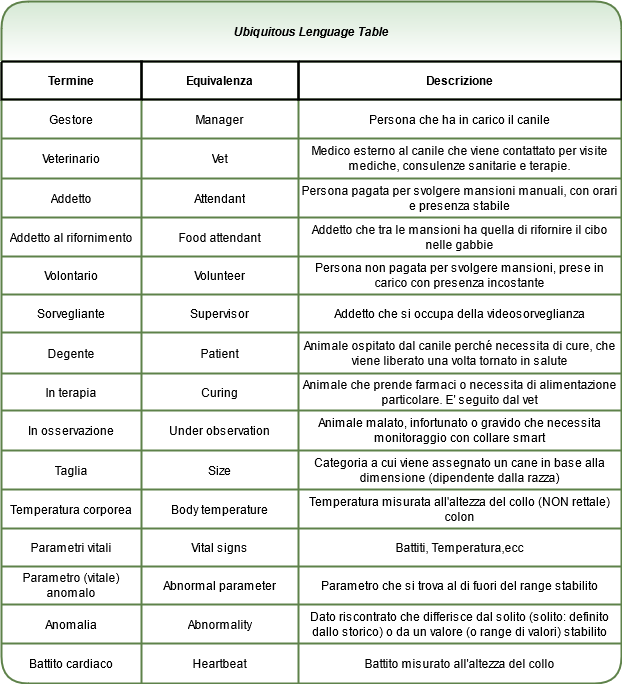
SmartDogHouse/Report keeps this draw.io diagram as DrawIo/ubiquitousLanguage.png. Above is the earlier version. Source tidied: cells renumbered, new cells last; positions are measured from the earlier drawing's top-left corner, leaving out a move shared by most shapes.
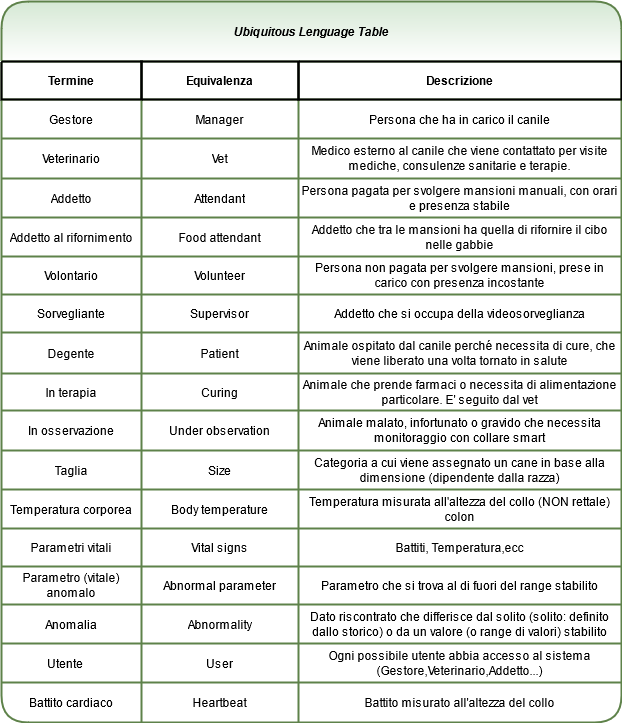
The same file after the commit.

Commit message:
Update ubiquitousLanguage added User

What changed in the source:
```diff
@@ -3,7 +3,7 @@
     <mxCell id="0" />
     <mxCell id="1" parent="0" />
     <mxCell id="2" value="&lt;b&gt;&lt;i&gt;Ubiquitous Lenguage Table&lt;/i&gt;&lt;/b&gt;" style="shape=table;html=1;whiteSpace=wrap;startSize=60;fillColor=#d5e8d4;resizeLastRow=1;noLabel=0;fixDash=0;backgroundOutline=0;movableLabel=0;comic=0;jiggle=1;shadow=0;sketch=0;rounded=1;gradientColor=#ffffff;strokeColor=#5E824A;strokeWidth=2;" parent="1" vertex="1">
-      <mxGeometry width="620" height="682" as="geometry" />
+      <mxGeometry width="620" height="721" as="geometry" />
     </mxCell>
     <mxCell id="3" style="shape=partialRectangle;html=1;whiteSpace=wrap;fillColor=none;top=0;left=0;bottom=0;right=0;backgroundOutline=0;fixDash=0;noLabel=0;comic=0;jiggle=1;shadow=0;sketch=0;strokeColor=#82B366;movableLabel=0;" parent="2" vertex="1">
       <mxGeometry y="60" width="620" height="38" as="geometry" />
@@ -185,8 +185,20 @@
     <mxCell id="62" value="Dato riscontrato che differisce dal solito (solito: definito dallo storico) o da un valore (o range di valori) stabilito" style="shape=partialRectangle;html=1;whiteSpace=wrap;overflow=hidden;fillColor=none;top=0;left=0;bottom=0;right=0;backgroundOutline=0;fixDash=0;noLabel=0;comic=0;jiggle=1;shadow=0;sketch=0;strokeColor=#82B366;movableLabel=0;" parent="59" vertex="1">
       <mxGeometry x="297" width="323" height="39" as="geometry" />
     </mxCell>
+    <mxCell id="67" style="shape=partialRectangle;html=1;whiteSpace=wrap;fillColor=none;top=0;left=0;bottom=0;right=0;backgroundOutline=0;fixDash=0;noLabel=0;comic=0;jiggle=1;shadow=0;sketch=0;strokeColor=#82B366;movableLabel=0;" parent="2" vertex="1">
+      <mxGeometry y="642" width="620" height="39" as="geometry" />
+    </mxCell>
+    <mxCell id="68" value="Utente&lt;span style=&quot;white-space: pre&quot;&gt;&#9;&lt;/span&gt;" style="shape=partialRectangle;html=1;whiteSpace=wrap;overflow=hidden;fillColor=none;top=0;left=0;bottom=0;right=0;backgroundOutline=0;fixDash=0;noLabel=0;comic=0;jiggle=1;shadow=0;sketch=0;strokeColor=#82B366;movableLabel=0;" parent="67" vertex="1">
+      <mxGeometry width="140" height="39" as="geometry" />
+    </mxCell>
+    <mxCell id="69" value="User" style="shape=partialRectangle;html=1;whiteSpace=wrap;overflow=hidden;fillColor=none;top=0;left=0;bottom=0;right=0;backgroundOutline=0;fixDash=0;noLabel=0;comic=0;jiggle=1;shadow=0;sketch=0;strokeColor=#82B366;movableLabel=0;" parent="67" vertex="1">
+      <mxGeometry x="140" width="157" height="39" as="geometry" />
+    </mxCell>
+    <mxCell id="70" value="Ogni possibile utente abbia accesso al sistema (Gestore,Veterinario,Addetto...)" style="shape=partialRectangle;html=1;whiteSpace=wrap;overflow=hidden;fillColor=none;top=0;left=0;bottom=0;right=0;backgroundOutline=0;fixDash=0;noLabel=0;comic=0;jiggle=1;shadow=0;sketch=0;strokeColor=#82B366;movableLabel=0;" parent="67" vertex="1">
+      <mxGeometry x="297" width="323" height="39" as="geometry" />
+    </mxCell>
     <mxCell id="63" style="shape=partialRectangle;html=1;whiteSpace=wrap;fillColor=none;top=0;left=0;bottom=0;right=0;backgroundOutline=0;fixDash=0;noLabel=0;comic=0;jiggle=1;shadow=0;sketch=0;strokeColor=#82B366;movableLabel=0;" parent="2" vertex="1">
-      <mxGeometry y="642" width="620" height="40" as="geometry" />
+      <mxGeometry y="681" width="620" height="40" as="geometry" />
     </mxCell>
     <mxCell id="64" value="Battito cardiaco" style="shape=partialRectangle;html=1;whiteSpace=wrap;overflow=hidden;fillColor=none;top=0;left=0;bottom=0;right=0;backgroundOutline=0;fixDash=0;noLabel=0;comic=0;jiggle=1;shadow=0;sketch=0;strokeColor=#82B366;movableLabel=0;" parent="63" vertex="1">
       <mxGeometry width="140" height="40" as="geometry" />
```
